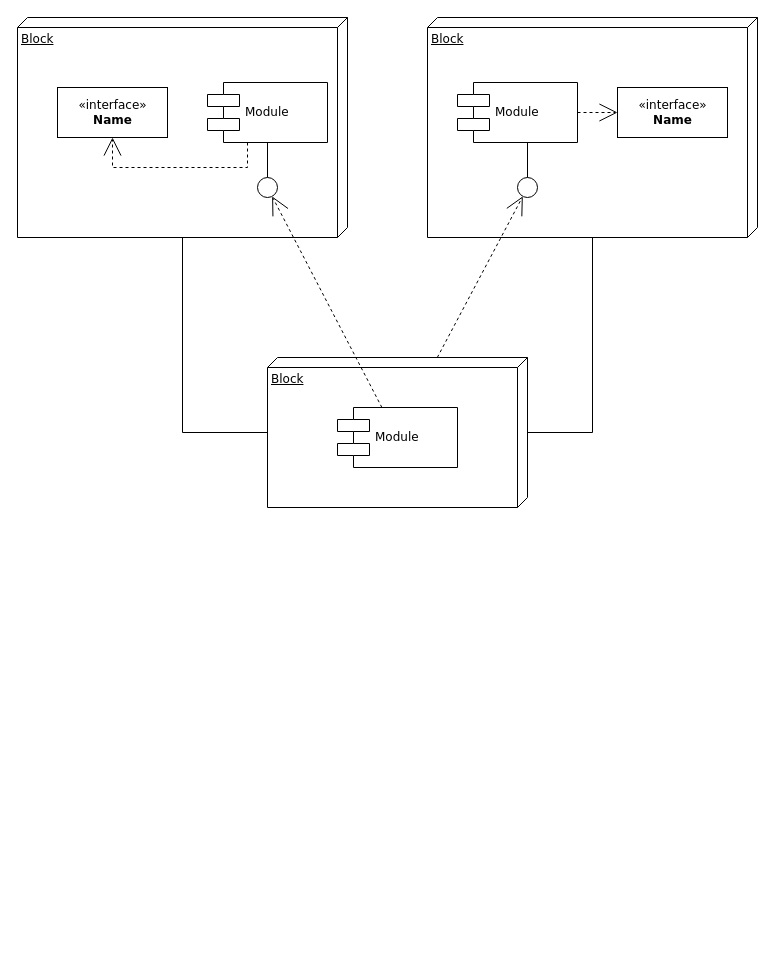
Earlier version of the draw.io diagram smmr.drawio (mmdc-j-abejo/draw). Source tidied: cells renumbered, new cells numbered last; positions are measured from the earlier drawing's top-left corner, leaving out a move shared by most shapes. Both pictures are drawn from the tidied source at 100%, with x=0, y=0 at pixel (17, 17).
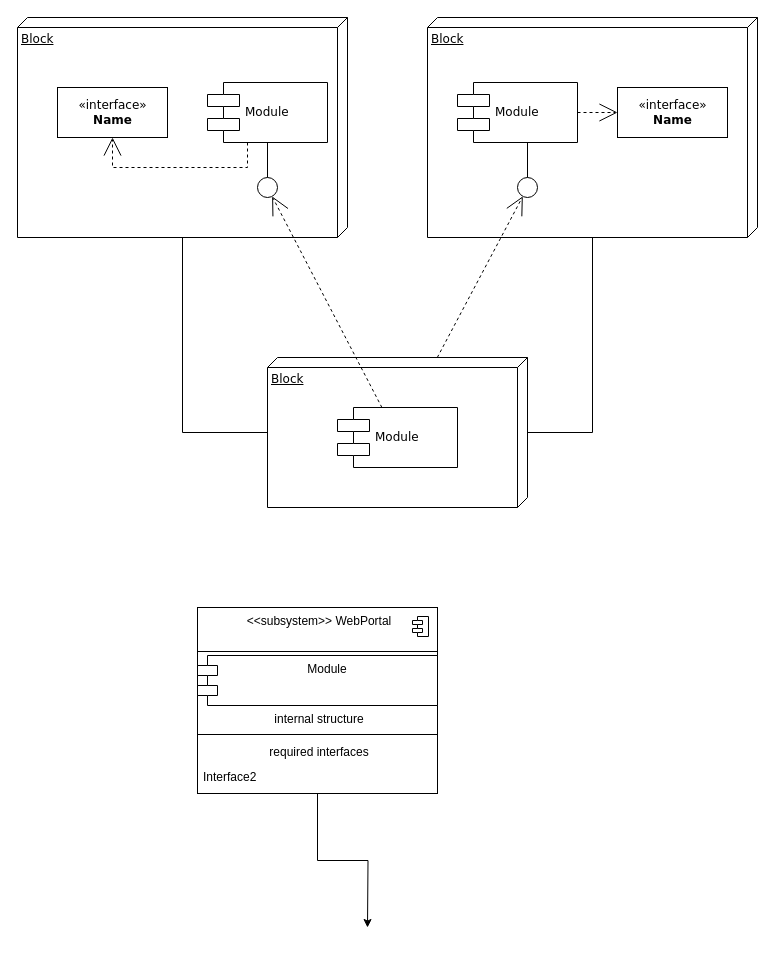
After the change.

What changed in the source:
```diff
@@
+    <mxCell id="20" style="edgeStyle=orthogonalEdgeStyle;rounded=0;jettySize=auto;html=1;" parent="1" edge="1" source="21">
+      <mxGeometry relative="1" as="geometry">
+        <mxPoint x="350" y="910" as="targetPoint" />
+      </mxGeometry>
+    </mxCell>
+    <mxCell id="21" style="fontStyle=1;align=center;verticalAlign=top;horizontal=1;" parent="1" vertex="1">
+      <mxGeometry x="180" y="590" width="240" height="186" as="geometry" />
+    </mxCell>
+    <mxCell id="22" value="&amp;lt;&amp;lt;subsystem&amp;gt;&amp;gt; WebPortal" style="html=1;align=center;spacingLeft=4;verticalAlign=top;strokeColor=none;fillColor=none;whiteSpace=wrap;" parent="21" vertex="1">
+      <mxGeometry width="240" height="40" as="geometry" />
+    </mxCell>
+    <mxCell id="23" style="shape=module;jettyWidth=10;jettyHeight=4;" parent="22" vertex="1">
+      <mxGeometry x="1" width="16" height="20" relative="1" as="geometry">
+        <mxPoint x="-25" y="9" as="offset" />
+      </mxGeometry>
+    </mxCell>
+    <mxCell id="24" style="line;strokeWidth=1;fillColor=none;align=left;verticalAlign=middle;spacingTop=-1;spacingLeft=3;spacingRight=3;labelPosition=right;" parent="21" vertex="1">
+      <mxGeometry y="40" width="240" height="8" as="geometry" />
+    </mxCell>
+    <mxCell id="25" value="Module" style="shape=module;align=left;spacingLeft=20;align=center;verticalAlign=top;whiteSpace=wrap;html=1;" parent="21" vertex="1">
+      <mxGeometry y="48" width="240" height="50" as="geometry" />
+    </mxCell>
+    <mxCell id="26" value="internal structure" style="html=1;align=center;spacingLeft=4;verticalAlign=top;strokeColor=none;fillColor=none;whiteSpace=wrap;" parent="21" vertex="1">
+      <mxGeometry y="98" width="240" height="25" as="geometry" />
+    </mxCell>
+    <mxCell id="27" style="line;strokeWidth=1;fillColor=none;align=left;verticalAlign=middle;spacingTop=-1;spacingLeft=3;spacingRight=3;labelPosition=right;" parent="21" vertex="1">
+      <mxGeometry y="123" width="240" height="8" as="geometry" />
+    </mxCell>
+    <mxCell id="28" value="required interfaces" style="html=1;align=center;spacingLeft=4;verticalAlign=top;strokeColor=none;fillColor=none;whiteSpace=wrap;" parent="21" vertex="1">
+      <mxGeometry y="131" width="240" height="25" as="geometry" />
+    </mxCell>
+    <mxCell id="29" value="Interface2" style="html=1;align=left;spacingLeft=4;verticalAlign=top;strokeColor=none;fillColor=none;whiteSpace=wrap;" parent="21" vertex="1">
+      <mxGeometry y="156" width="240" height="30" as="geometry" />
+    </mxCell>
```
